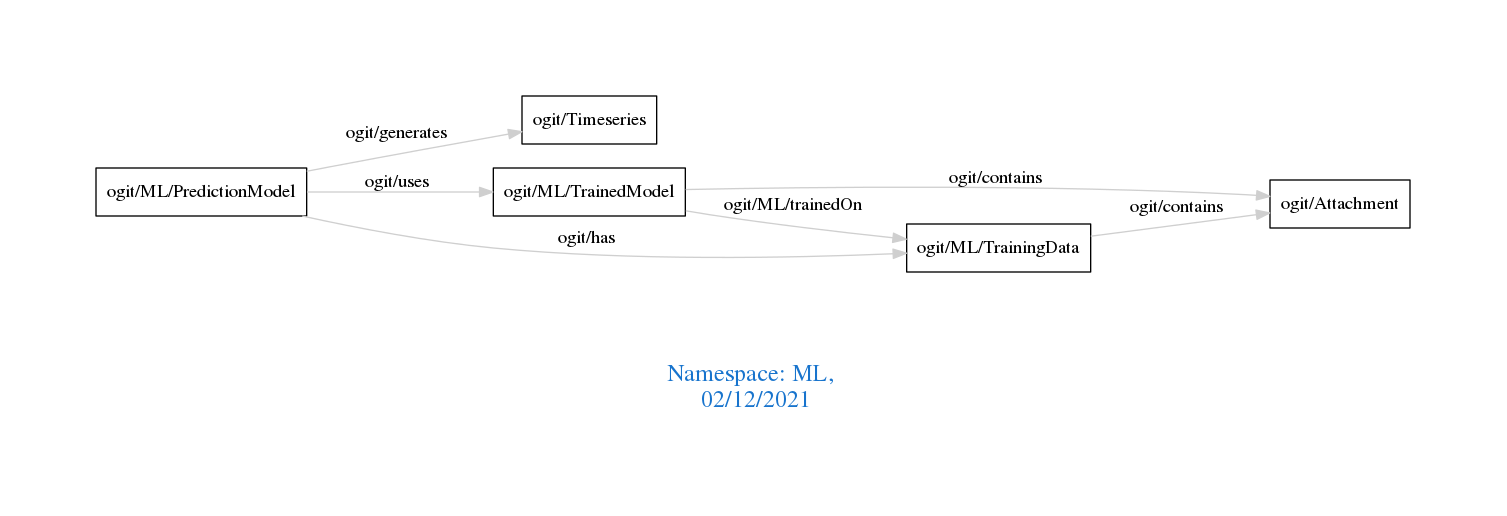
Before: downloads/ML.png, a diagram exported from Graphviz (arago/OGIT). Its source is kept beside it as downloads/ML.dot. Source of this version:
```dot
digraph OGIT_ontology {
 graph [ rankdir= LR,pad=1
fontsize = 18,
fontcolor= dodgerblue3,label = "\n\n\nNamespace: ML, \n 02/12/2021"];
node[shape=polygon];
edge [  color="gray81"];

   "ogit/ML/TrainedModel" -> "ogit/Attachment" [label="   ogit/contains    "];
   "ogit/ML/TrainingData" -> "ogit/Attachment" [label="   ogit/contains    "];
   "ogit/ML/PredictionModel" -> "ogit/Timeseries" [label="   ogit/generates    "];
   "ogit/ML/TrainedModel" -> "ogit/ML/TrainingData" [label="   ogit/ML/trainedOn    "];
   "ogit/ML/PredictionModel" -> "ogit/ML/TrainedModel" [label="   ogit/uses    "];
   "ogit/ML/PredictionModel" -> "ogit/ML/TrainingData" [label="   ogit/has    "];
}
```
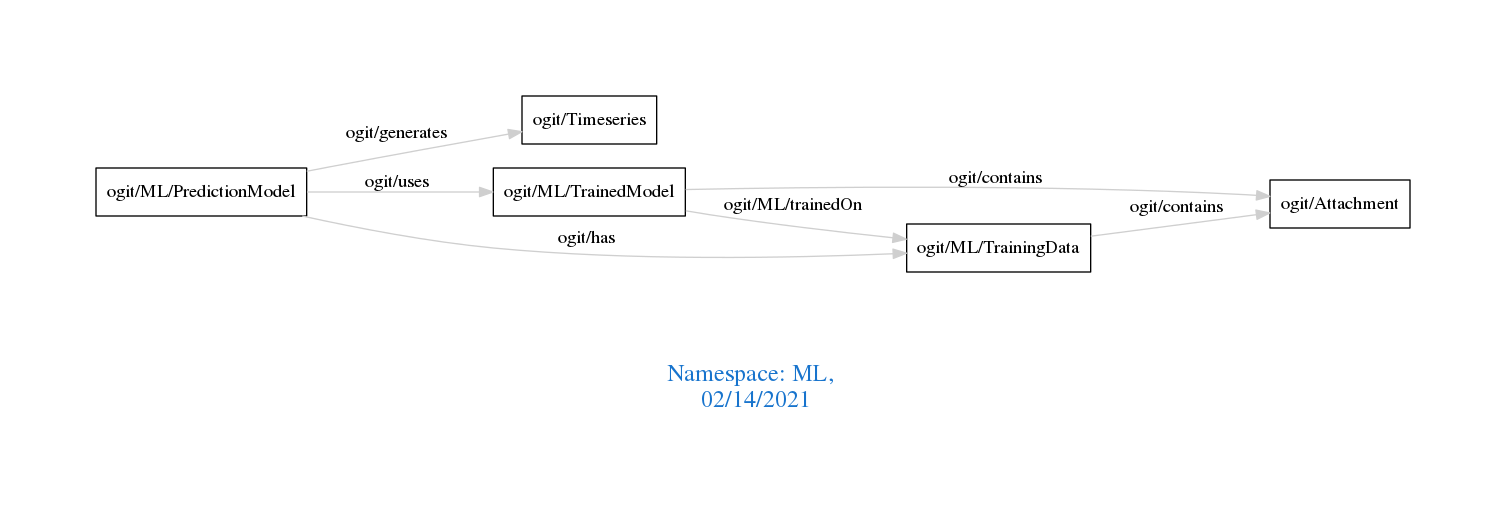
The same file after the commit.

Change to the diagram source:
```diff
@@ -1,7 +1,7 @@
 digraph OGIT_ontology {
  graph [ rankdir= LR,pad=1
 fontsize = 18,
-fontcolor= dodgerblue3,label = "\n\n\nNamespace: ML, \n 02/12/2021"];
+fontcolor= dodgerblue3,label = "\n\n\nNamespace: ML, \n 02/14/2021"];
 node[shape=polygon];
 edge [  color="gray81"];
 
```
